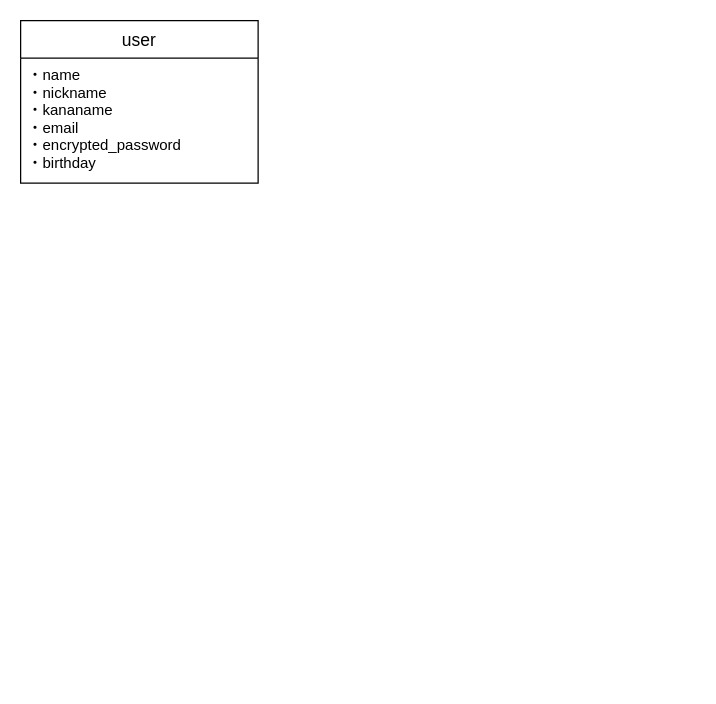
Above: .dio in ootakekou/furima-36419 (draw.io), before the change. Source tidied: cells renumbered, new cells numbered last; positions are measured from the earlier drawing's top-left corner, leaving out a move shared by most shapes. Both pictures are drawn from the tidied source at 125%, with x=0, y=0 at pixel (20, 20).
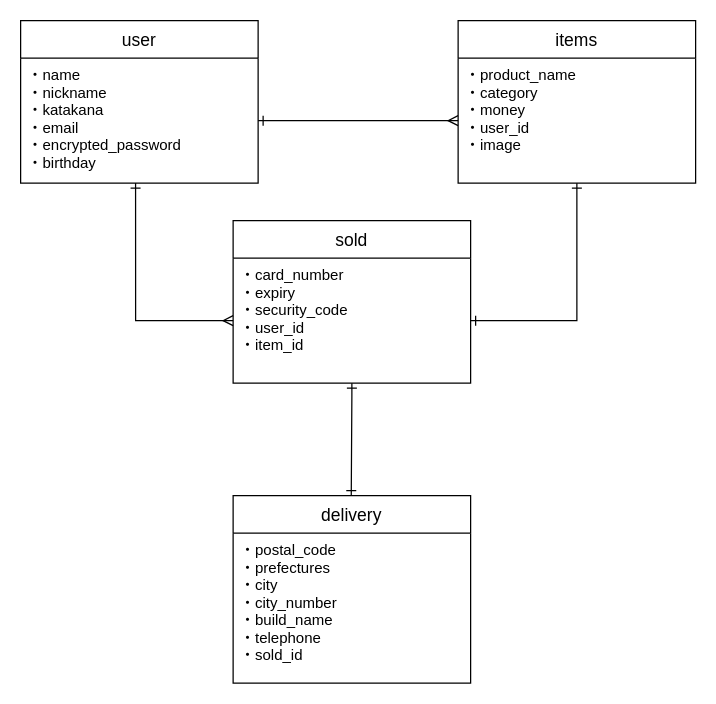
The same diagram, later.

What changed in the source:
```diff
@@
 <mxGraphModel>
   <root>
     <mxCell id="0" />
     <mxCell id="1" parent="0" />
     <mxCell id="2" value="user" style="swimlane;fontStyle=0;horizontal=1;startSize=30;align=center;fontSize=14;" parent="1" vertex="1">
       <mxGeometry width="190" height="130" as="geometry" />
     </mxCell>
-    <mxCell id="3" value="・name&#10;・nickname&#10;・kananame&#10;・email&#10;・encrypted_password&#10;・birthday" style="text;strokeColor=none;fillColor=none;spacingLeft=4;spacingRight=4;overflow=hidden;points=[[0,0.5],[1,0.5]];portConstraint=eastwest;fontSize=12;" parent="2" vertex="1">
+    <mxCell id="3" value="・name&#10;・nickname&#10;・katakana&#10;・email&#10;・encrypted_password&#10;・birthday" style="text;strokeColor=none;fillColor=none;spacingLeft=4;spacingRight=4;overflow=hidden;points=[[0,0.5],[1,0.5]];portConstraint=eastwest;fontSize=12;" parent="2" vertex="1">
       <mxGeometry y="30" width="190" height="100" as="geometry" />
     </mxCell>
+    <mxCell id="4" value="items" style="swimlane;fontStyle=0;horizontal=1;startSize=30;align=center;fontSize=14;" parent="1" vertex="1">
+      <mxGeometry x="350" width="190" height="130" as="geometry" />
+    </mxCell>
+    <mxCell id="5" value="・product_name&#10;・category&#10;・money&#10;・user_id&#10;・image&#10;&#10;&#10;" style="text;strokeColor=none;fillColor=none;spacingLeft=4;spacingRight=4;overflow=hidden;points=[[0,0.5],[1,0.5]];portConstraint=eastwest;fontSize=12;" parent="4" vertex="1">
+      <mxGeometry y="30" width="190" height="100" as="geometry" />
+    </mxCell>
+    <mxCell id="6" style="edgeStyle=entityRelationEdgeStyle;fontSize=12;html=1;endArrow=ERmany;startArrow=ERone;entryX=0;entryY=0.5;entryDx=0;entryDy=0;startFill=0;endFill=0;" parent="1" edge="1" target="5">
+      <mxGeometry relative="1" as="geometry">
+        <mxPoint x="190" y="80" as="sourcePoint" />
+      </mxGeometry>
+    </mxCell>
+    <mxCell id="7" value="sold" style="swimlane;fontStyle=0;horizontal=1;startSize=30;align=center;fontSize=14;" parent="1" vertex="1">
+      <mxGeometry x="170" y="160" width="190" height="130" as="geometry" />
+    </mxCell>
+    <mxCell id="8" value="・card_number&#10;・expiry&#10;・security_code&#10;・user_id&#10;・item_id" style="text;strokeColor=none;fillColor=none;spacingLeft=4;spacingRight=4;overflow=hidden;points=[[0,0.5],[1,0.5]];portConstraint=eastwest;fontSize=12;" parent="7" vertex="1">
+      <mxGeometry y="30" width="190" height="100" as="geometry" />
+    </mxCell>
+    <mxCell id="9" value="delivery" style="swimlane;fontStyle=0;horizontal=1;startSize=30;align=center;fontSize=14;" parent="1" vertex="1">
+      <mxGeometry x="170" y="380" width="190" height="150" as="geometry" />
+    </mxCell>
+    <mxCell id="10" value="・postal_code&#10;・prefectures&#10;・city&#10;・city_number&#10;・build_name&#10;・telephone&#10;・sold_id" style="text;strokeColor=none;fillColor=none;spacingLeft=4;spacingRight=4;overflow=hidden;fontSize=12;" parent="9" vertex="1">
+      <mxGeometry y="30" width="190" height="120" as="geometry" />
+    </mxCell>
+    <mxCell id="11" style="edgeStyle=orthogonalEdgeStyle;rounded=0;orthogonalLoop=1;jettySize=auto;html=1;startArrow=ERone;startFill=0;endArrow=ERone;endFill=0;" parent="1" edge="1">
+      <mxGeometry relative="1" as="geometry">
+        <mxPoint x="265" y="290" as="sourcePoint" />
+        <mxPoint x="264.5" y="380" as="targetPoint" />
+        <Array as="points">
+          <mxPoint x="264.5" y="300" />
+          <mxPoint x="264.5" y="300" />
+        </Array>
+      </mxGeometry>
+    </mxCell>
+    <mxCell id="12" style="edgeStyle=orthogonalEdgeStyle;rounded=0;jettySize=auto;html=1;exitX=1;exitY=0.5;exitDx=0;exitDy=0;startArrow=ERone;startFill=0;endArrow=ERone;endFill=0;entryX=0.5;entryY=1;entryDx=0;entryDy=0;entryPerimeter=0;" parent="1" edge="1" source="8" target="5">
+      <mxGeometry relative="1" as="geometry" />
+    </mxCell>
+    <mxCell id="13" style="edgeStyle=orthogonalEdgeStyle;rounded=0;jettySize=auto;html=1;exitX=0;exitY=0.5;exitDx=0;exitDy=0;startArrow=ERmany;startFill=0;endArrow=ERone;endFill=0;entryX=0.484;entryY=1;entryDx=0;entryDy=0;entryPerimeter=0;" parent="1" edge="1" source="8" target="3">
+      <mxGeometry relative="1" as="geometry">
+        <Array as="points">
+          <mxPoint x="92" y="240" />
+        </Array>
+      </mxGeometry>
+    </mxCell>
   </root>
 </mxGraphModel>
```
